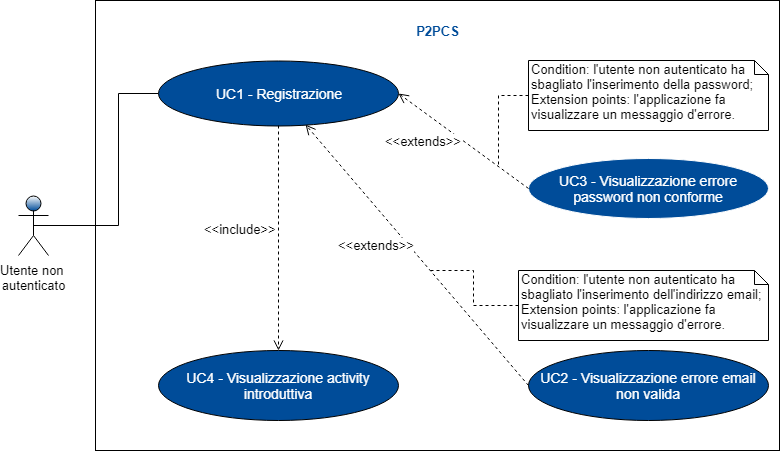
ZeusCode17/P2PCS keeps this draw.io diagram as RR/Esterni/Analisi_dei_requisiti/res/images/Schemagenerale1.png. Above is the earlier version. Source tidied: cells renumbered, new cells last; positions are measured from the earlier drawing's top-left corner, leaving out a move shared by most shapes.
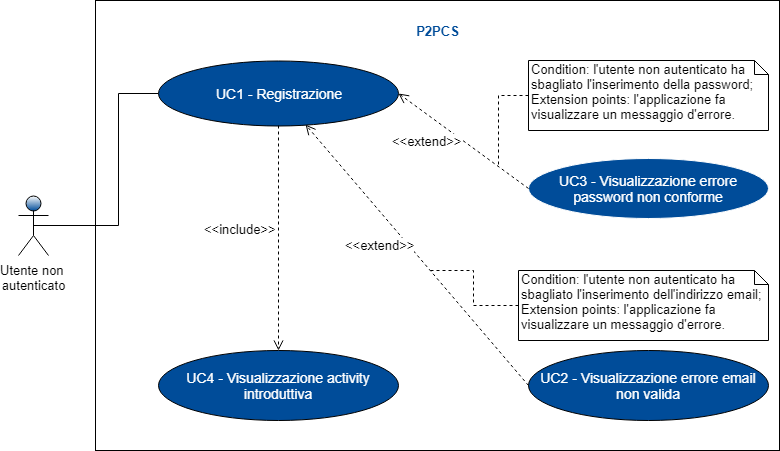
After the commit.

The edit, as a diff of the source:
```diff
@@ -31,10 +31,10 @@
     <mxCell id="9" value="UC4 - Visualizzazione activity introduttiva" style="ellipse;whiteSpace=wrap;html=1;fontSize=14;fontColor=#FFFFFF;fillColor=#004C99;" parent="1" vertex="1">
       <mxGeometry x="140" y="350" width="240" height="70" as="geometry" />
     </mxCell>
-    <mxCell id="10" value="&amp;lt;&amp;lt;extends&amp;gt;&amp;gt;&lt;br&gt;" style="html=1;verticalAlign=middle;endArrow=open;dashed=1;endSize=8;fontSize=13;fontColor=#000000;entryX=1;entryY=0.5;entryDx=0;entryDy=0;exitX=0;exitY=0.5;exitDx=0;exitDy=0;labelPosition=left;verticalLabelPosition=middle;align=right;" parent="1" edge="1" source="7" target="5">
+    <mxCell id="10" value="&amp;lt;&amp;lt;extend&amp;gt;&amp;gt;&lt;br&gt;" style="html=1;verticalAlign=middle;endArrow=open;dashed=1;endSize=8;fontSize=13;fontColor=#000000;entryX=1;entryY=0.5;entryDx=0;entryDy=0;exitX=0;exitY=0.5;exitDx=0;exitDy=0;labelPosition=left;verticalLabelPosition=middle;align=right;" parent="1" edge="1" source="7" target="5">
       <mxGeometry relative="1" as="geometry" />
     </mxCell>
-    <mxCell id="11" value="&amp;lt;&amp;lt;extends&amp;gt;&amp;gt;" style="html=1;verticalAlign=bottom;endArrow=open;dashed=1;endSize=8;fontSize=13;fontColor=#000000;labelPosition=left;verticalLabelPosition=top;align=right;exitX=0;exitY=0.5;exitDx=0;exitDy=0;" parent="1" edge="1" source="6" target="5">
+    <mxCell id="11" value="&amp;lt;&amp;lt;extend&amp;gt;&amp;gt;" style="html=1;verticalAlign=bottom;endArrow=open;dashed=1;endSize=8;fontSize=13;fontColor=#000000;labelPosition=left;verticalLabelPosition=top;align=right;exitX=0;exitY=0.5;exitDx=0;exitDy=0;" parent="1" edge="1" source="6" target="5">
       <mxGeometry relative="1" as="geometry" />
     </mxCell>
     <mxCell id="12" value="&amp;lt;&amp;lt;include&amp;gt;&amp;gt;" style="html=1;verticalAlign=bottom;endArrow=open;dashed=1;endSize=8;fontSize=13;fontColor=#000000;exitX=0.5;exitY=1;exitDx=0;exitDy=0;entryX=0.5;entryY=0;entryDx=0;entryDy=0;labelPosition=left;verticalLabelPosition=top;align=right;" parent="1" edge="1" source="5" target="9">
```
